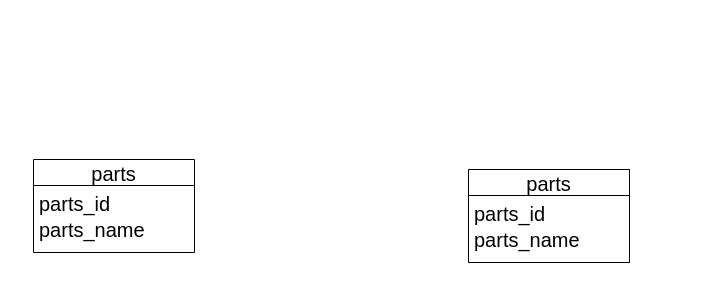
Earlier version of the draw.io diagram Untitled Diagram.drawio (The-flash-me/AES). Source tidied: cells renumbered, new cells numbered last; positions are measured from the earlier drawing's top-left corner, leaving out a move shared by most shapes. Both pictures are drawn from the tidied source at 100%, with x=0, y=0 at pixel (33, 159).
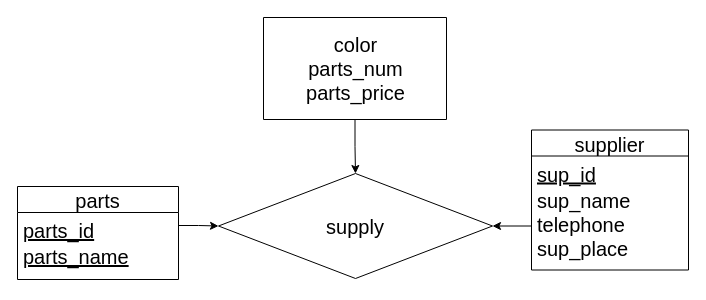
The same page after the edit.

Diff of the diagram source:
```diff
@@
 <mxGraphModel background="#ffffff">
   <root>
     <mxCell id="0" />
     <mxCell id="1" parent="0" />
     <mxCell id="2" value="parts" style="swimlane;fontStyle=0;horizontal=1;startSize=26;fontSize=20;" parent="1" vertex="1">
-      <mxGeometry width="161" height="93" as="geometry" />
+      <mxGeometry x="-16" y="27" width="161" height="93" as="geometry" />
     </mxCell>
-    <mxCell id="3" value="parts_id" style="text;strokeColor=none;fillColor=none;align=left;verticalAlign=top;spacingLeft=4;spacingRight=4;overflow=hidden;points=[[0,0.5],[1,0.5]];portConstraint=eastwest;fontSize=20;" parent="2" vertex="1">
+    <mxCell id="3" value="parts_id" style="text;strokeColor=none;fillColor=none;align=left;verticalAlign=top;spacingLeft=4;spacingRight=4;overflow=hidden;points=[[0,0.5],[1,0.5]];portConstraint=eastwest;fontSize=20;fontStyle=4;" parent="2" vertex="1">
       <mxGeometry y="26" width="161" height="26" as="geometry" />
     </mxCell>
-    <mxCell id="4" value="parts_name" style="text;strokeColor=none;fillColor=none;align=left;verticalAlign=top;spacingLeft=4;spacingRight=4;overflow=hidden;fontSize=20;" parent="2" vertex="1">
+    <mxCell id="4" value="parts_name" style="text;strokeColor=none;fillColor=none;align=left;verticalAlign=top;spacingLeft=4;spacingRight=4;overflow=hidden;fontSize=20;fontStyle=4;" parent="2" vertex="1">
       <mxGeometry y="52" width="161" height="41" as="geometry" />
     </mxCell>
-    <mxCell id="5" value="parts" style="swimlane;fontStyle=0;horizontal=1;startSize=26;fontSize=20;" parent="1" vertex="1">
-      <mxGeometry x="435" y="10" width="161" height="93" as="geometry" />
+    <mxCell id="5" value="supplier" style="swimlane;fontStyle=0;horizontal=1;startSize=26;fontSize=20;" parent="1" vertex="1">
+      <mxGeometry x="498" y="-29.5" width="157" height="140" as="geometry" />
     </mxCell>
-    <mxCell id="6" value="parts_id" style="text;strokeColor=none;fillColor=none;align=left;verticalAlign=top;spacingLeft=4;spacingRight=4;overflow=hidden;fontSize=20;" parent="5" vertex="1">
-      <mxGeometry y="26" width="161" height="26" as="geometry" />
+    <mxCell id="6" value="sup_id" style="text;strokeColor=none;fillColor=none;align=left;verticalAlign=top;spacingLeft=4;spacingRight=4;overflow=hidden;fontSize=20;fontStyle=4;" parent="5" vertex="1">
+      <mxGeometry y="26" width="157" height="26" as="geometry" />
     </mxCell>
-    <mxCell id="7" value="parts_name" style="text;strokeColor=none;fillColor=none;align=left;verticalAlign=top;spacingLeft=4;spacingRight=4;overflow=hidden;points=[[0,0.5],[1,0.5]];portConstraint=eastwest;fontSize=20;" parent="5" vertex="1">
-      <mxGeometry y="52" width="161" height="41" as="geometry" />
+    <mxCell id="7" value="sup_name&#10;telephone&#10;sup_place" style="text;strokeColor=none;fillColor=none;align=left;verticalAlign=top;spacingLeft=4;spacingRight=4;overflow=hidden;points=[[0,0.5],[1,0.5]];portConstraint=eastwest;fontSize=20;" parent="5" vertex="1">
+      <mxGeometry y="52" width="157" height="88" as="geometry" />
     </mxCell>
+    <mxCell id="8" value="supply" style="rhombus;whiteSpace=wrap;html=1;fontSize=20;" parent="1" vertex="1">
+      <mxGeometry x="185" y="14" width="274" height="105" as="geometry" />
+    </mxCell>
+    <mxCell id="9" style="edgeStyle=orthogonalEdgeStyle;rounded=0;jettySize=auto;html=1;exitX=0.5;exitY=1;exitDx=0;exitDy=0;entryX=0.5;entryY=0;entryDx=0;entryDy=0;fontSize=20;" parent="1" edge="1" source="10" target="8">
+      <mxGeometry relative="1" as="geometry" />
+    </mxCell>
+    <mxCell id="10" style="swimlane;startSize=0;fontSize=20;" parent="1" vertex="1">
+      <mxGeometry x="230" y="-142" width="183" height="102" as="geometry" />
+    </mxCell>
+    <mxCell id="11" value="color&lt;br&gt;parts_num&lt;br&gt;parts_price" style="text;html=1;align=center;verticalAlign=middle;strokeColor=none;fontSize=20;" parent="10" vertex="1">
+      <mxGeometry x="37" y="13" width="109" height="76" as="geometry" />
+    </mxCell>
+    <mxCell id="12" style="edgeStyle=orthogonalEdgeStyle;rounded=0;jettySize=auto;html=1;exitX=1;exitY=0.5;exitDx=0;exitDy=0;entryX=0;entryY=0.5;entryDx=0;entryDy=0;fontSize=20;" parent="1" edge="1" source="3" target="8">
+      <mxGeometry relative="1" as="geometry" />
+    </mxCell>
+    <mxCell id="13" style="edgeStyle=orthogonalEdgeStyle;rounded=0;jettySize=auto;html=1;exitX=0;exitY=0.5;exitDx=0;exitDy=0;entryX=1;entryY=0.5;entryDx=0;entryDy=0;fontSize=20;" parent="1" edge="1" source="7" target="8">
+      <mxGeometry relative="1" as="geometry" />
+    </mxCell>
   </root>
 </mxGraphModel>
```
